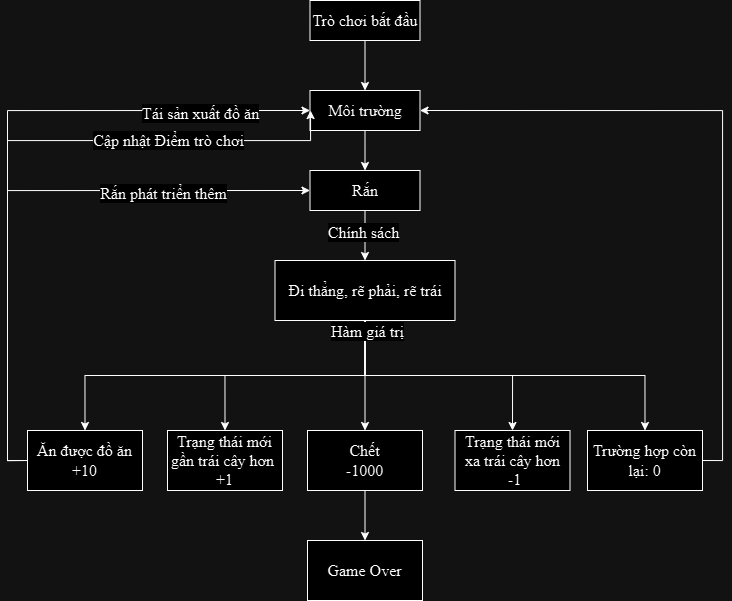
The draw.io diagram flowchart.png in Nhung472/Snake, before a commit. Source tidied: cells renumbered, new cells last; positions are measured from the earlier drawing's top-left corner, leaving out a move shared by most shapes.
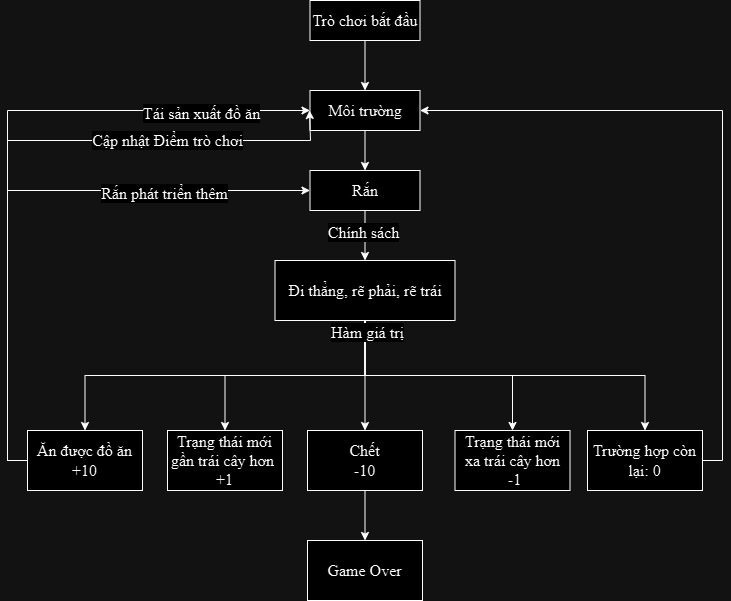
After the commit.

Diff of the diagram source:
```diff
@@ -83,7 +83,7 @@
     <mxCell id="24" style="edgeStyle=orthogonalEdgeStyle;rounded=0;jettySize=auto;html=1;exitX=0.5;exitY=1;exitDx=0;exitDy=0;entryX=0.5;entryY=0;entryDx=0;entryDy=0;fontFamily=Times New Roman;fontSize=16;" parent="1" edge="1" source="25" target="29">
       <mxGeometry relative="1" as="geometry" />
     </mxCell>
-    <mxCell id="25" value="Chết&lt;div style=&quot;font-size: 16px;&quot;&gt;-1000&lt;/div&gt;" style="rounded=0;whiteSpace=wrap;html=1;fontFamily=Times New Roman;fontSize=16;" parent="1" vertex="1">
+    <mxCell id="25" value="Chết&lt;div style=&quot;font-size: 16px;&quot;&gt;-10&lt;/div&gt;" style="rounded=0;whiteSpace=wrap;html=1;fontFamily=Times New Roman;fontSize=16;" parent="1" vertex="1">
       <mxGeometry x="300" y="430" width="115" height="60" as="geometry" />
     </mxCell>
     <mxCell id="26" value="Trạng thái mới xa trái cây hơn&lt;div style=&quot;font-size: 16px;&quot;&gt;&amp;nbsp;-1&lt;/div&gt;" style="rounded=0;whiteSpace=wrap;html=1;fontFamily=Times New Roman;fontSize=16;" parent="1" vertex="1">
```
